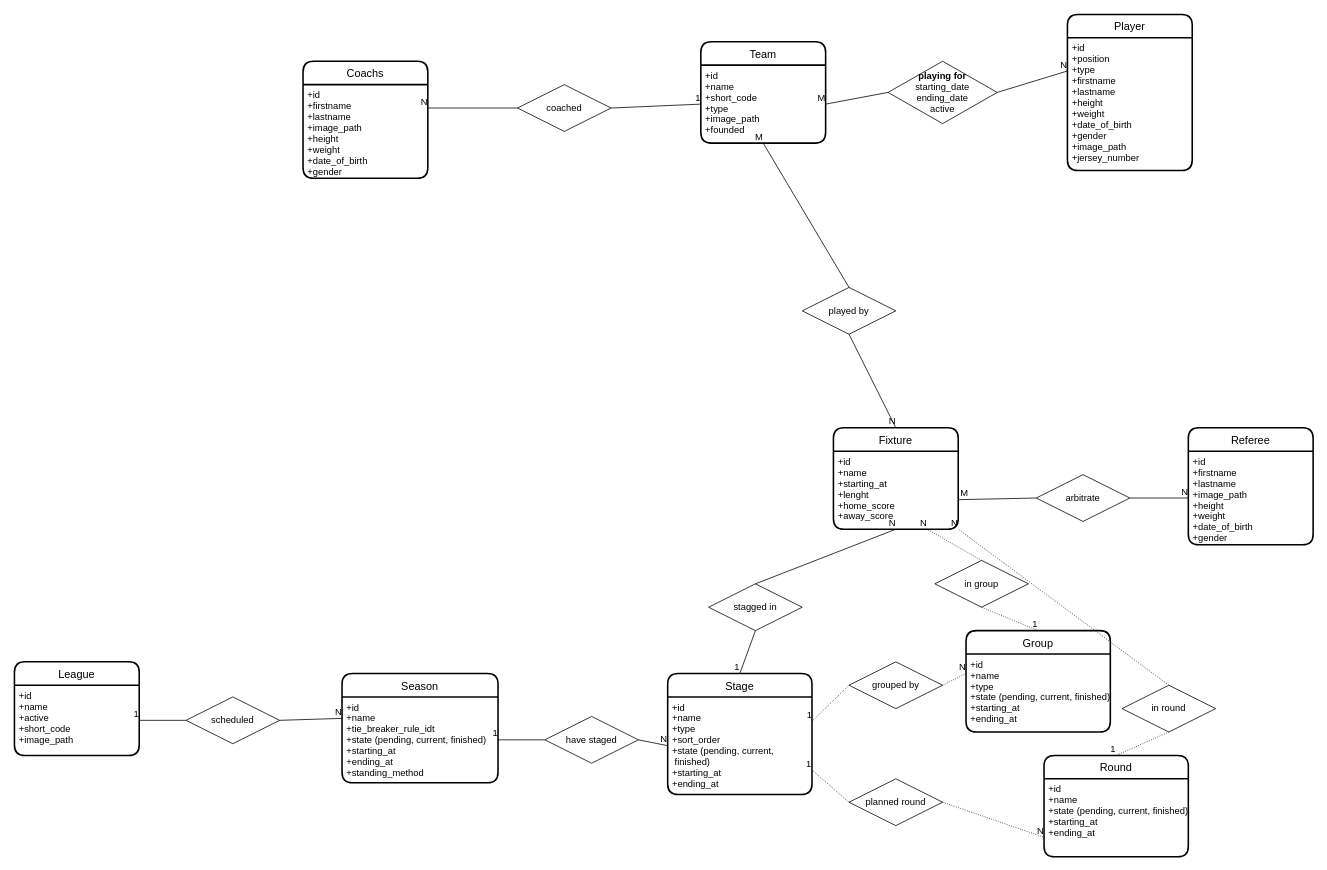
Earlier version of the draw.io diagram database-schema.drawio (Mattherix/moirasport). Source tidied: cells renumbered, new cells numbered last; positions are measured from the earlier drawing's top-left corner, leaving out a move shared by most shapes. Both pictures are drawn from the tidied source at 78%, with x=0, y=0 at pixel (14, 14).
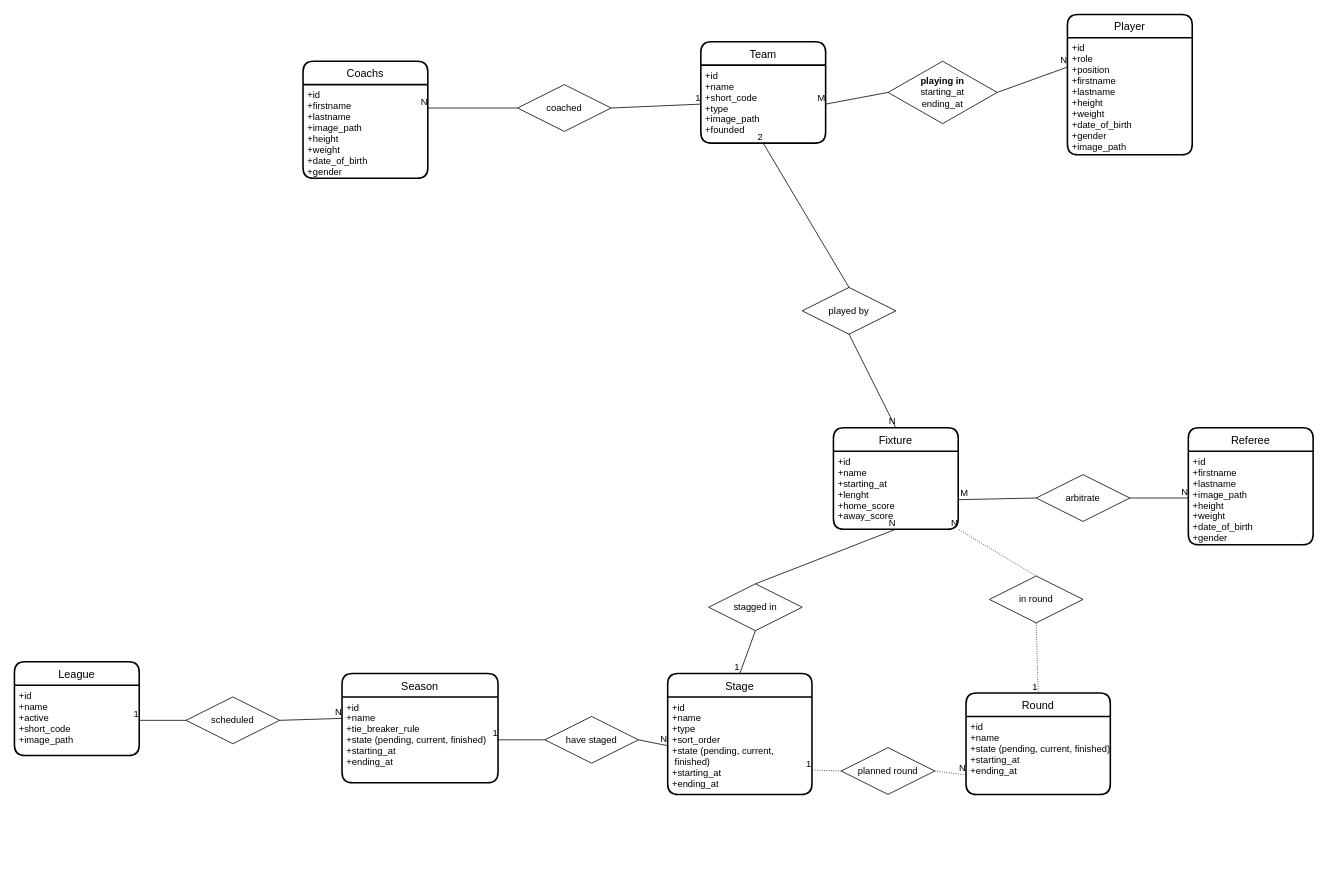
The same diagram, later.

Commit message (it also covers changes not shown here):
feat(db): create tables schema

Unchanged cells that the change refers to:
```xml
<mxCell id="3" value="+id&#10;+name&#10;+starting_at&#10;+lenght&#10;+home_score&#10;+away_score" style="align=left;strokeColor=none;fillColor=none;spacingLeft=4;fontSize=12;verticalAlign=top;" parent="2" vertex="1">
  <mxGeometry y="30" width="160" height="100" as="geometry" />
</mxCell>
<mxCell id="6" value="Season" style="swimlane;horizontal=1;startSize=30;rounded=1;fontSize=14;fontStyle=0;strokeWidth=2;shadow=0;dashed=0;align=center;" parent="1" vertex="1">
  <mxGeometry x="420" y="845" width="200" height="140" as="geometry" />
</mxCell>
<mxCell id="9" value="+id&#10;+name&#10;+type&#10;+sort_order&#10;+state (pending, current,&#10; finished)&#10;+starting_at&#10;+ending_at&#10;" style="align=left;strokeColor=none;fillColor=none;spacingLeft=4;fontSize=12;verticalAlign=top;" parent="8" vertex="1">
  <mxGeometry y="30" width="185" height="125" as="geometry" />
</mxCell>
<mxCell id="69" style="endArrow=none;html=1;rounded=0;entryX=0.5;entryY=1;entryDx=0;entryDy=0;exitX=0.5;exitY=0;exitDx=0;exitDy=0;" parent="1" edge="1" source="68" target="50">
  <mxGeometry relative="1" as="geometry" />
</mxCell>
```

The edit, as a diff of the source:
```diff
@@
-    <mxCell id="7" value="+id&#10;+name&#10;+tie_breaker_rule_idt&#10;+state (pending, current, finished)&#10;+starting_at&#10;+ending_at&#10;+standing_method&#10;" style="align=left;strokeColor=none;fillColor=none;spacingLeft=4;fontSize=12;verticalAlign=top;" parent="6" vertex="1">
+    <mxCell id="7" value="+id&#10;+name&#10;+tie_breaker_rule&#10;+state (pending, current, finished)&#10;+starting_at&#10;+ending_at" style="align=left;strokeColor=none;fillColor=none;spacingLeft=4;fontSize=12;verticalAlign=top;" parent="6" vertex="1">
       <mxGeometry y="30" width="200" height="110" as="geometry" />
     </mxCell>
@@
-    <mxCell id="10" value="Group" style="swimlane;horizontal=1;startSize=30;rounded=1;fontSize=14;fontStyle=0;strokeWidth=2;shadow=0;dashed=0;align=center;" parent="1" vertex="1">
-      <mxGeometry x="1220" y="790" width="185" height="130" as="geometry" />
-    </mxCell>
-    <mxCell id="11" value="+id&#10;+name&#10;+type&#10;+state (pending, current, finished)&#10;+starting_at&#10;+ending_at" style="align=left;strokeColor=none;fillColor=none;spacingLeft=4;fontSize=12;verticalAlign=top;" parent="10" vertex="1">
-      <mxGeometry y="30" width="185" height="100" as="geometry" />
-    </mxCell>
@@
-    <mxCell id="17" value="in group" style="shape=rhombus;perimeter=rhombusPerimeter;whiteSpace=wrap;html=1;align=center;" parent="1" vertex="1">
-      <mxGeometry x="1180" y="700" width="120" height="60" as="geometry" />
-    </mxCell>
-    <mxCell id="18" style="endArrow=none;html=1;rounded=0;dashed=1;dashPattern=1 2;exitX=0.5;exitY=1;exitDx=0;exitDy=0;entryX=0.5;entryY=0;entryDx=0;entryDy=0;" parent="1" edge="1" source="17" target="10">
-      <mxGeometry relative="1" as="geometry" />
-    </mxCell>
-    <mxCell id="19" value="1" style="html=1;align=right;verticalAlign=bottom;" parent="18" vertex="1">
-      <mxGeometry x="1" relative="1" as="geometry" />
-    </mxCell>
-    <mxCell id="20" style="endArrow=none;html=1;rounded=0;dashed=1;dashPattern=1 2;entryX=0.75;entryY=1;entryDx=0;entryDy=0;exitX=0.5;exitY=0;exitDx=0;exitDy=0;" parent="1" edge="1" source="17" target="3">
-      <mxGeometry relative="1" as="geometry" />
-    </mxCell>
-    <mxCell id="21" value="N" style="html=1;align=right;verticalAlign=bottom;" parent="20" vertex="1">
-      <mxGeometry x="1" relative="1" as="geometry" />
-    </mxCell>
@@
     <mxCell id="32" value="Round" style="swimlane;horizontal=1;startSize=30;rounded=1;fontSize=14;fontStyle=0;strokeWidth=2;shadow=0;dashed=0;align=center;" parent="1" vertex="1">
-      <mxGeometry x="1320" y="950" width="185" height="130" as="geometry" />
+      <mxGeometry x="1220" y="870" width="185" height="130" as="geometry" />
     </mxCell>
@@
     <mxCell id="36" value="in round" style="shape=rhombus;perimeter=rhombusPerimeter;whiteSpace=wrap;html=1;align=center;" parent="1" vertex="1">
-      <mxGeometry x="1420" y="860" width="120" height="60" as="geometry" />
+      <mxGeometry x="1250" y="720" width="120" height="60" as="geometry" />
     </mxCell>
@@
-    <mxCell id="39" value="grouped by" style="shape=rhombus;perimeter=rhombusPerimeter;whiteSpace=wrap;html=1;align=center;" parent="1" vertex="1">
-      <mxGeometry x="1070" y="830" width="120" height="60" as="geometry" />
-    </mxCell>
     <mxCell id="40" value="planned round" style="shape=rhombus;perimeter=rhombusPerimeter;whiteSpace=wrap;html=1;align=center;" parent="1" vertex="1">
-      <mxGeometry x="1070" y="980" width="120" height="60" as="geometry" />
+      <mxGeometry x="1060" y="940" width="120" height="60" as="geometry" />
     </mxCell>
@@
-    <mxCell id="45" style="endArrow=none;html=1;rounded=0;dashed=1;dashPattern=1 2;entryX=1;entryY=0.25;entryDx=0;entryDy=0;exitX=0;exitY=0.5;exitDx=0;exitDy=0;" parent="1" edge="1" source="39" target="9">
-      <mxGeometry relative="1" as="geometry" />
-    </mxCell>
-    <mxCell id="46" value="1" style="html=1;align=right;verticalAlign=bottom;" parent="45" vertex="1">
-      <mxGeometry x="1" relative="1" as="geometry" />
-    </mxCell>
-    <mxCell id="47" style="endArrow=none;html=1;rounded=0;dashed=1;dashPattern=1 2;entryX=0;entryY=0.25;entryDx=0;entryDy=0;exitX=1;exitY=0.5;exitDx=0;exitDy=0;" parent="1" edge="1" source="39" target="11">
-      <mxGeometry relative="1" as="geometry" />
-    </mxCell>
-    <mxCell id="48" value="N" style="html=1;align=right;verticalAlign=bottom;" parent="47" vertex="1">
-      <mxGeometry x="1" relative="1" as="geometry" />
-    </mxCell>
@@
     <mxCell id="51" value="Player" style="swimlane;horizontal=1;startSize=30;rounded=1;fontSize=14;fontStyle=0;strokeWidth=2;shadow=0;dashed=0;align=center;" parent="1" vertex="1">
-      <mxGeometry x="1350" width="160" height="200" as="geometry" />
+      <mxGeometry x="1350" width="160" height="180" as="geometry" />
     </mxCell>
-    <mxCell id="52" value="+id&#10;+position&#10;+type&#10;+firstname&#10;+lastname&#10;+height&#10;+weight&#10;+date_of_birth&#10;+gender&#10;+image_path&#10;+jersey_number" style="align=left;strokeColor=none;fillColor=none;spacingLeft=4;fontSize=12;verticalAlign=top;" parent="51" vertex="1">
-      <mxGeometry y="30" width="160" height="170" as="geometry" />
+    <mxCell id="52" value="+id&#10;+role&#10;+position&#10;+firstname&#10;+lastname&#10;+height&#10;+weight&#10;+date_of_birth&#10;+gender&#10;+image_path" style="align=left;strokeColor=none;fillColor=none;spacingLeft=4;fontSize=12;verticalAlign=top;" parent="51" vertex="1">
+      <mxGeometry y="30" width="160" height="150" as="geometry" />
     </mxCell>
@@
-    <mxCell id="57" value="&lt;b&gt;playing for&lt;br&gt;&lt;/b&gt;starting_date&lt;br&gt;ending_date&lt;br&gt;active" style="shape=rhombus;perimeter=rhombusPerimeter;whiteSpace=wrap;html=1;align=center;" parent="1" vertex="1">
+    <mxCell id="57" value="&lt;b&gt;playing in&lt;br&gt;&lt;/b&gt;starting_at&lt;br&gt;ending_at" style="shape=rhombus;perimeter=rhombusPerimeter;whiteSpace=wrap;html=1;align=center;" parent="1" vertex="1">
       <mxGeometry x="1120" y="60" width="140" height="80" as="geometry" />
     </mxCell>
@@
-    <mxCell id="70" value="M" style="html=1;align=right;verticalAlign=bottom;" parent="69" vertex="1">
+    <mxCell id="70" value="2" style="html=1;align=right;verticalAlign=bottom;" parent="69" vertex="1">
       <mxGeometry x="1" relative="1" as="geometry" />
     </mxCell>
```
